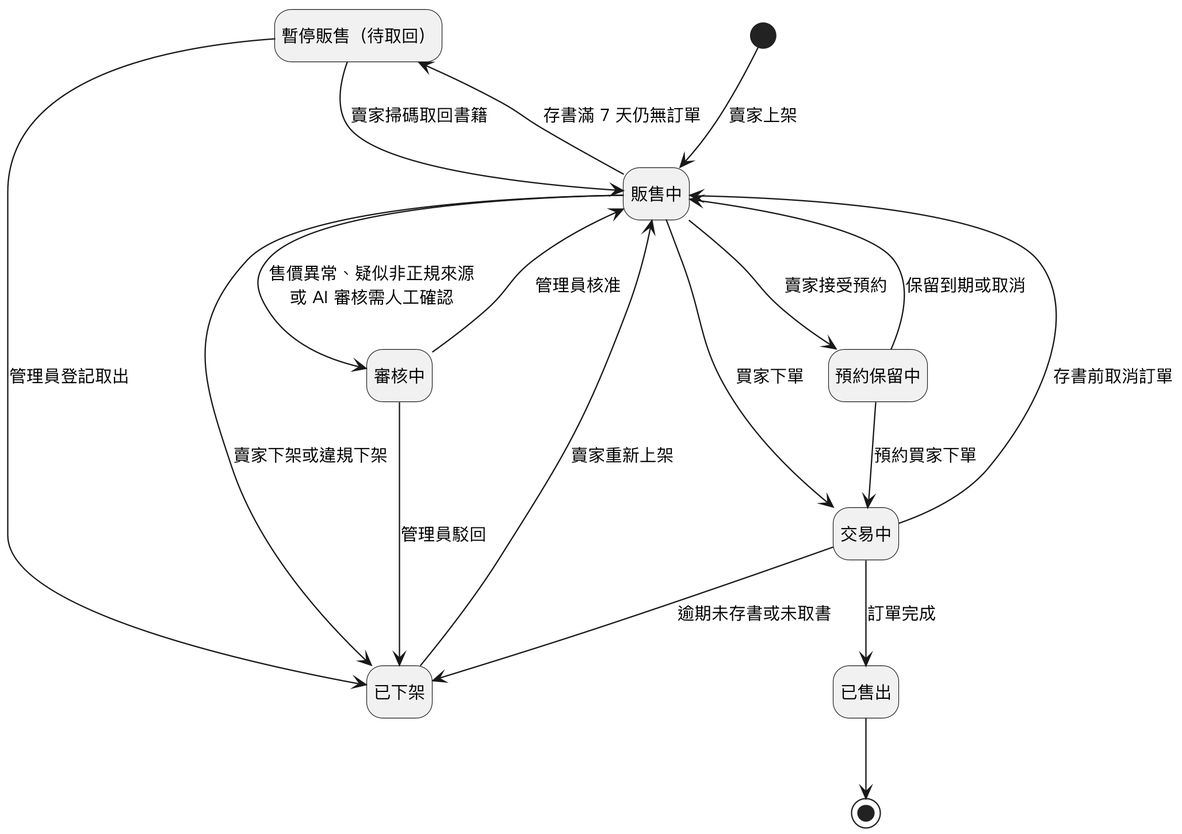
Above: Diagrams/State Machine/v3/state_books.png in SaveMyBook/SaveMyBook (PlantUML), before the change.
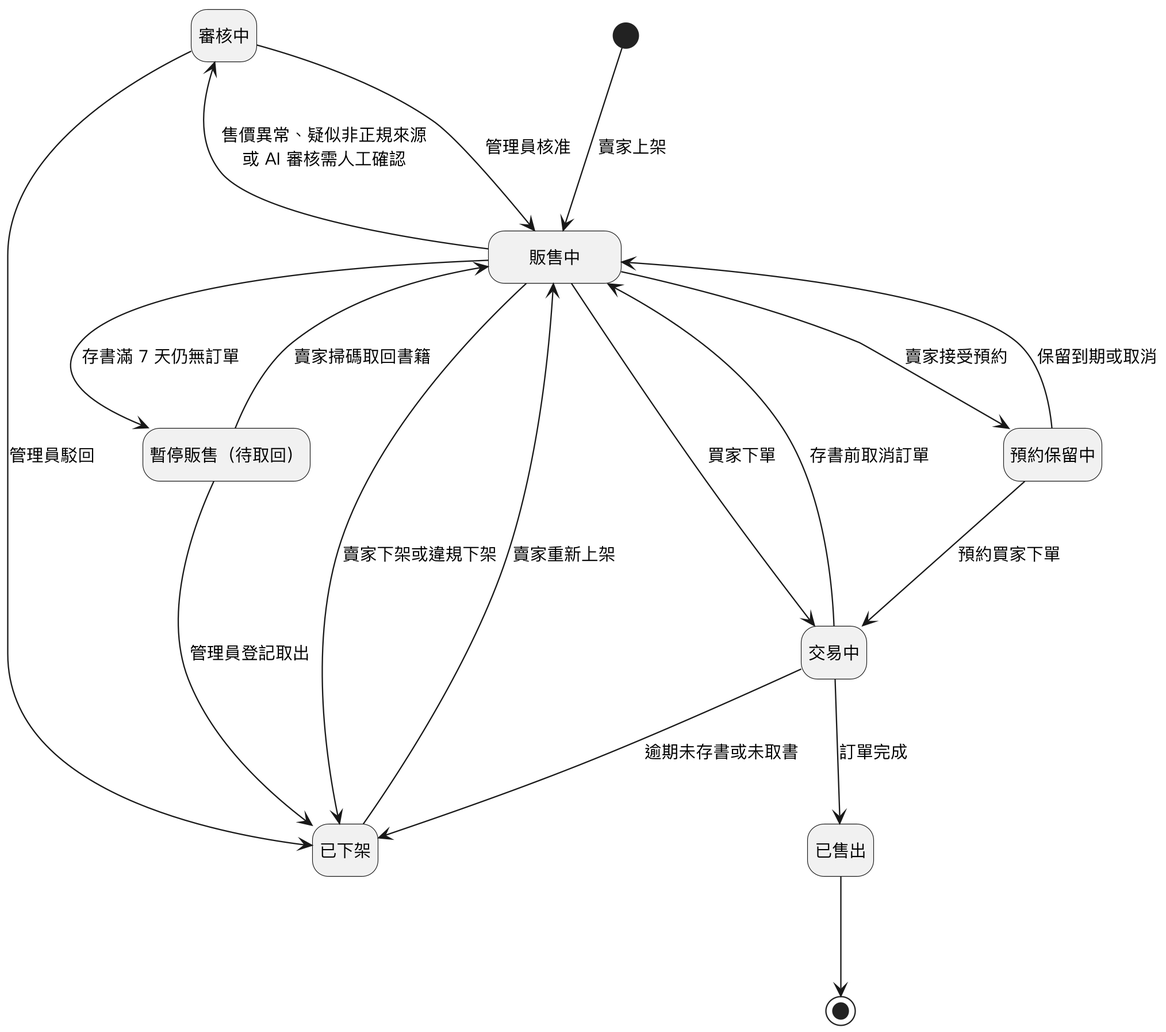
After the change.

What changed in the source:
```diff
@@ -5,24 +5,26 @@
 skinparam defaultFontName "PingFang TC"
 skinparam defaultFontSize 13
 hide empty description
+skinparam ranksep 90
 
 state "暫停販售（待取回）" as 暫停販售
+state "　　販售中　　" as 販售中
 
 [*] --> 販售中 : 賣家上架
-審核中 --> 販售中 : 管理員核准
+販售中 -up-> 審核中 : 售價異常、疑似非正規來源\n或 AI 審核需人工確認
+審核中 -down-> 販售中 : 管理員核准
 審核中 --> 已下架 : 管理員駁回
-販售中 --> 審核中 : 售價異常、疑似非正規來源\n或 AI 審核需人工確認
+販售中 --> 暫停販售 : 存書滿 7 天仍無訂單
+暫停販售 --> 販售中 : 賣家掃碼取回書籍
+暫停販售 --> 已下架 : 管理員登記取出
+販售中 --> 已下架 : 賣家下架或違規下架
+已下架 --> 販售中 : 賣家重新上架
+販售中 --> 交易中 : 買家下單
 販售中 --> 預約保留中 : 賣家接受預約
 預約保留中 --> 販售中 : 保留到期或取消
 預約保留中 --> 交易中 : 預約買家下單
-販售中 --> 交易中 : 買家下單
+交易中 --> 販售中 : 存書前取消訂單
 交易中 --> 已售出 : 訂單完成
-交易中 --> 販售中 : 存書前取消訂單
 交易中 --> 已下架 : 逾期未存書或未取書
-販售中 --> 已下架 : 賣家下架或違規下架
-販售中 --> 暫停販售 : 存書滿 7 天仍無訂單
-暫停販售 --> 販售中 : 賣家掃碼取回書籍
-暫停販售 --> 已下架 : 管理員登記取出
-已下架 --> 販售中 : 賣家重新上架
 已售出 --> [*]
 @enduml
```
